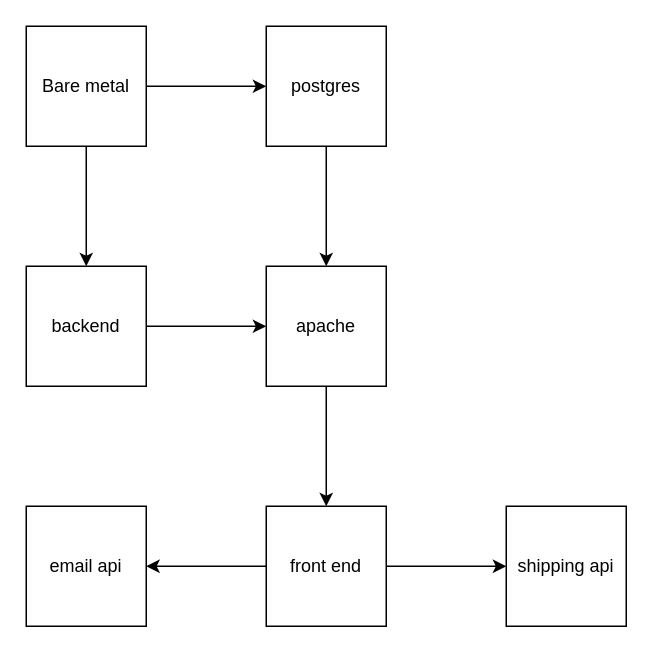
r3xk3nnw4y/LastRoll keeps this draw.io diagram as component diagram.drawio. Above is the earlier version. Source tidied: cells renumbered, new cells numbered last; positions are measured from the earlier drawing's top-left corner, leaving out a move shared by most shapes. Both pictures are drawn from the tidied source at 150%, with x=0, y=0 at pixel (26, 26).
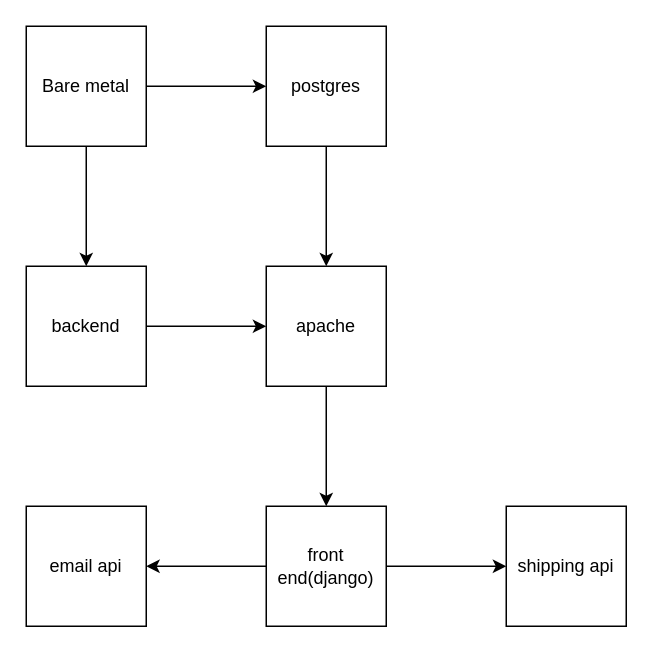
The same diagram, later.

Diff of the diagram source:
```diff
@@
 <mxGraphModel>
   <root>
     <mxCell id="0" />
     <mxCell id="1" parent="0" />
     <mxCell id="2" style="edgeStyle=orthogonalEdgeStyle;rounded=0;jettySize=auto;html=1;exitX=1;exitY=0.5;exitDx=0;exitDy=0;" parent="1" edge="1" source="4" target="8">
       <mxGeometry relative="1" as="geometry" />
     </mxCell>
     <mxCell id="3" style="edgeStyle=orthogonalEdgeStyle;rounded=0;jettySize=auto;html=1;" parent="1" edge="1" source="4" target="10">
       <mxGeometry relative="1" as="geometry" />
     </mxCell>
     <mxCell id="4" value="Bare metal" style="whiteSpace=wrap;html=1;" parent="1" vertex="1">
       <mxGeometry width="80" height="80" as="geometry" />
     </mxCell>
     <mxCell id="5" style="edgeStyle=orthogonalEdgeStyle;rounded=0;jettySize=auto;html=1;" parent="1" edge="1" source="6" target="13">
       <mxGeometry relative="1" as="geometry" />
     </mxCell>
     <mxCell id="6" value="apache" style="whiteSpace=wrap;html=1;" parent="1" vertex="1">
       <mxGeometry x="160" y="160" width="80" height="80" as="geometry" />
     </mxCell>
     <mxCell id="7" style="edgeStyle=orthogonalEdgeStyle;rounded=0;jettySize=auto;html=1;" parent="1" edge="1" source="8" target="6">
       <mxGeometry relative="1" as="geometry" />
     </mxCell>
     <mxCell id="8" value="postgres" style="whiteSpace=wrap;html=1;" parent="1" vertex="1">
       <mxGeometry x="160" width="80" height="80" as="geometry" />
     </mxCell>
     <mxCell id="9" style="edgeStyle=orthogonalEdgeStyle;rounded=0;jettySize=auto;html=1;" parent="1" edge="1" source="10" target="6">
       <mxGeometry relative="1" as="geometry" />
     </mxCell>
     <mxCell id="10" value="backend" style="whiteSpace=wrap;html=1;" parent="1" vertex="1">
       <mxGeometry y="160" width="80" height="80" as="geometry" />
     </mxCell>
     <mxCell id="11" style="edgeStyle=orthogonalEdgeStyle;rounded=0;jettySize=auto;html=1;" parent="1" edge="1" source="13" target="15">
       <mxGeometry relative="1" as="geometry" />
     </mxCell>
     <mxCell id="12" style="edgeStyle=orthogonalEdgeStyle;rounded=0;jettySize=auto;html=1;" parent="1" edge="1" source="13" target="14">
       <mxGeometry relative="1" as="geometry" />
     </mxCell>
-    <mxCell id="13" value="front end" style="whiteSpace=wrap;html=1;" parent="1" vertex="1">
+    <mxCell id="13" value="front end(django)" style="whiteSpace=wrap;html=1;" parent="1" vertex="1">
       <mxGeometry x="160" y="320" width="80" height="80" as="geometry" />
     </mxCell>
     <mxCell id="14" value="shipping api" style="whiteSpace=wrap;html=1;" parent="1" vertex="1">
       <mxGeometry x="320" y="320" width="80" height="80" as="geometry" />
     </mxCell>
     <mxCell id="15" value="email api" style="whiteSpace=wrap;html=1;" parent="1" vertex="1">
       <mxGeometry y="320" width="80" height="80" as="geometry" />
     </mxCell>
   </root>
 </mxGraphModel>
```
